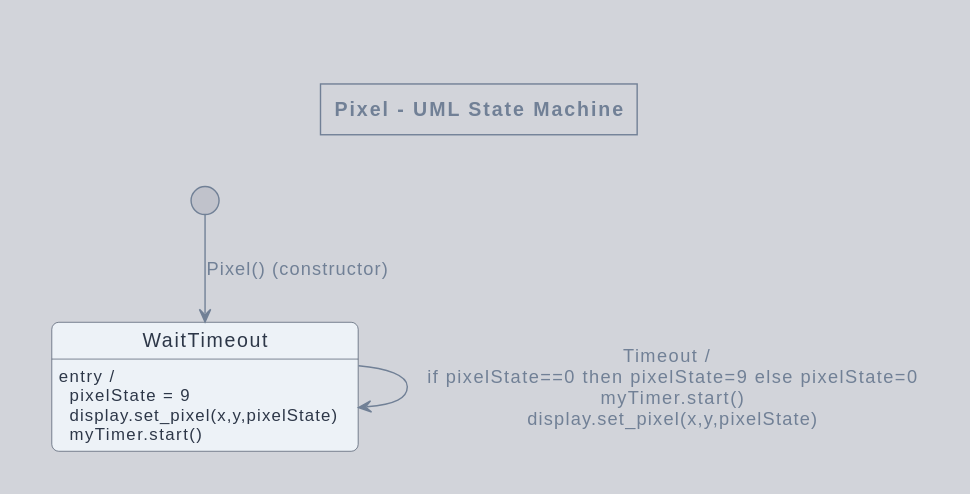
This is src/assets/pixelStateMachine.svg from juanferfranco/interactivos1-2026-10, a PlantUML export, as it was before one commit.
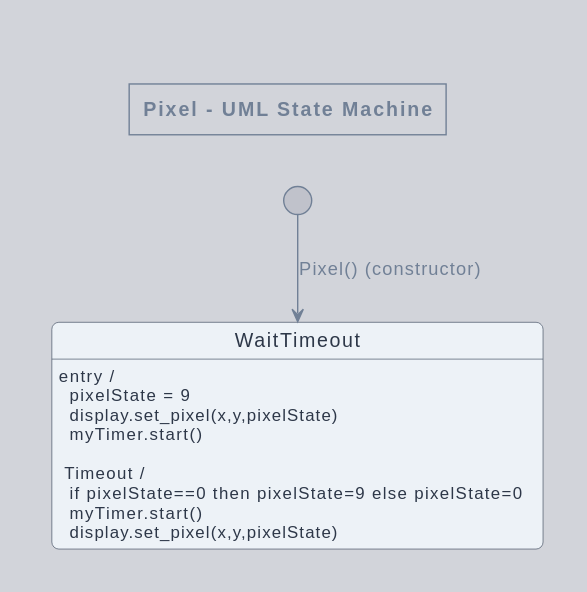
Above is the later version.

What changed in the source:
```diff
@@ -27,5 +27,5 @@
 
 [*] --> WaitTimeout : Pixel() (constructor)
 WaitTimeout : entry /\n  pixelState = 9\n  display.set_pixel(x,y,pixelState)\n  myTimer.start()
-WaitTimeout --> WaitTimeout : Timeout /\n  if pixelState==0 then pixelState=9 else pixelState=0\n  myTimer.start()\n  display.set_pixel(x,y,pixelState)
+WaitTimeout : \n Timeout /\n  if pixelState==0 then pixelState=9 else pixelState=0\n  myTimer.start()\n  display.set_pixel(x,y,pixelState)
 @enduml
```
